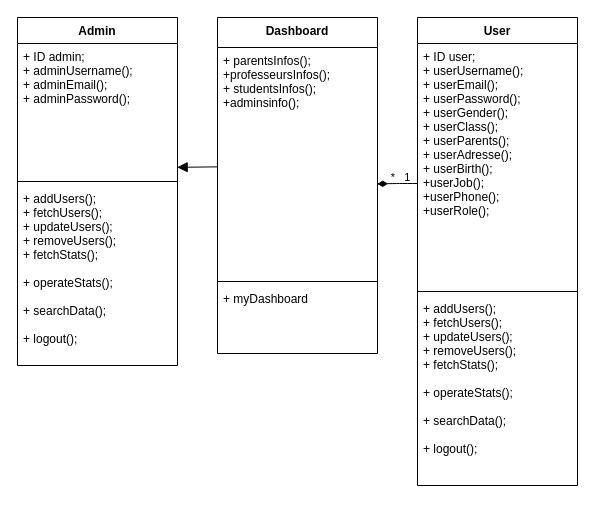
Before: Conceptions/UML/DiagramClass.drawio in JAMALEEY/Application-de-gestion-d-cole-BETA, a draw.io diagram. Source tidied: cells renumbered, new cells numbered last; positions are measured from the earlier drawing's top-left corner, leaving out a move shared by most shapes. Both pictures are drawn from the tidied source at 100%, with x=0, y=0 at pixel (17, 17).
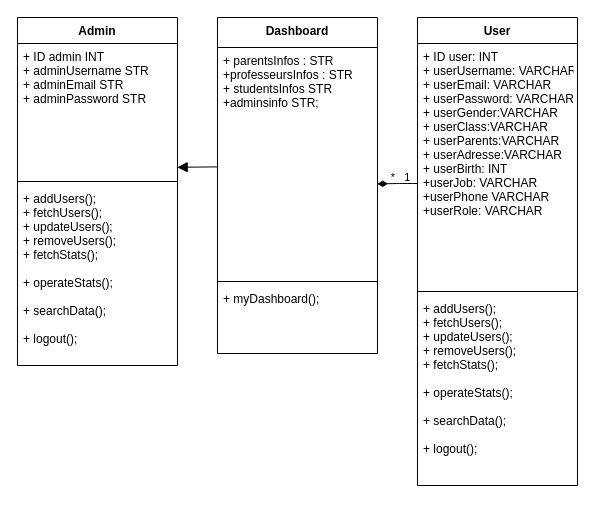
The same page after the edit.

The edit, as a diff of the source:
```diff
@@
 <mxGraphModel>
   <root>
     <mxCell id="0" />
     <mxCell id="1" parent="0" />
     <mxCell id="2" value="User" style="swimlane;fontStyle=1;align=center;verticalAlign=top;horizontal=1;startSize=26;" parent="1" vertex="1">
       <mxGeometry x="400" width="160" height="468" as="geometry" />
     </mxCell>
-    <mxCell id="3" value="+ ID user;&#10;+ userUsername();&#10;+ userEmail();&#10;+ userPassword();&#10;+ userGender();&#10;+ userClass();&#10;+ userParents();&#10;+ userAdresse();&#10;+ userBirth();&#10;+userJob();&#10;+userPhone();&#10;+userRole();&#10;&#10;&#10;&#10;" style="text;strokeColor=none;fillColor=none;align=left;verticalAlign=top;spacingLeft=4;spacingRight=4;overflow=hidden;" parent="2" vertex="1">
+    <mxCell id="3" value="+ ID user: INT&#10;+ userUsername: VARCHAR&#10;+ userEmail: VARCHAR&#10;+ userPassword: VARCHAR&#10;+ userGender:VARCHAR&#10;+ userClass:VARCHAR&#10;+ userParents:VARCHAR&#10;+ userAdresse:VARCHAR&#10;+ userBirth: INT&#10;+userJob: VARCHAR&#10;+userPhone VARCHAR&#10;+userRole: VARCHAR&#10;&#10;&#10;&#10;" style="text;strokeColor=none;fillColor=none;align=left;verticalAlign=top;spacingLeft=4;spacingRight=4;overflow=hidden;" parent="2" vertex="1">
       <mxGeometry y="26" width="160" height="244" as="geometry" />
     </mxCell>
     <mxCell id="4" style="line;strokeWidth=1;fillColor=none;align=left;verticalAlign=middle;spacingTop=-1;spacingLeft=3;spacingRight=3;labelPosition=right;" parent="2" vertex="1">
       <mxGeometry y="270" width="160" height="8" as="geometry" />
     </mxCell>
     <mxCell id="5" value="+ addUsers();&#10;+ fetchUsers();&#10;+ updateUsers();&#10;+ removeUsers();&#10;+ fetchStats();&#10;&#10;+ operateStats();&#10;&#10;+ searchData();&#10;&#10;+ logout();&#10;" style="text;strokeColor=none;fillColor=none;align=left;verticalAlign=top;spacingLeft=4;spacingRight=4;overflow=hidden;" parent="2" vertex="1">
       <mxGeometry y="278" width="160" height="190" as="geometry" />
     </mxCell>
     <mxCell id="6" value="Admin" style="swimlane;fontStyle=1;align=center;verticalAlign=top;horizontal=1;startSize=26;" parent="1" vertex="1">
       <mxGeometry width="160" height="348" as="geometry" />
     </mxCell>
-    <mxCell id="7" value="+ ID admin;&#10;+ adminUsername();&#10;+ adminEmail();&#10;+ adminPassword();&#10;&#10;" style="text;strokeColor=none;fillColor=none;align=left;verticalAlign=top;spacingLeft=4;spacingRight=4;overflow=hidden;points=[[0,0.5],[1,0.5]];portConstraint=eastwest;" parent="6" vertex="1">
+    <mxCell id="7" value="+ ID admin INT&#10;+ adminUsername STR&#10;+ adminEmail STR&#10;+ adminPassword STR&#10;&#10;" style="text;strokeColor=none;fillColor=none;align=left;verticalAlign=top;spacingLeft=4;spacingRight=4;overflow=hidden;points=[[0,0.5],[1,0.5]];portConstraint=eastwest;" parent="6" vertex="1">
       <mxGeometry y="26" width="160" height="134" as="geometry" />
     </mxCell>
     <mxCell id="8" style="line;strokeWidth=1;fillColor=none;align=left;verticalAlign=middle;spacingTop=-1;spacingLeft=3;spacingRight=3;labelPosition=right;" parent="6" vertex="1">
       <mxGeometry y="160" width="160" height="8" as="geometry" />
     </mxCell>
     <mxCell id="9" value="+ addUsers();&#10;+ fetchUsers();&#10;+ updateUsers();&#10;+ removeUsers();&#10;+ fetchStats();&#10;&#10;+ operateStats();&#10;&#10;+ searchData();&#10;&#10;+ logout();&#10;" style="text;strokeColor=none;fillColor=none;align=left;verticalAlign=top;spacingLeft=4;spacingRight=4;overflow=hidden;" parent="6" vertex="1">
       <mxGeometry y="168" width="160" height="180" as="geometry" />
     </mxCell>
     <mxCell id="10" value="Dashboard" style="swimlane;fontStyle=1;align=center;verticalAlign=top;horizontal=1;startSize=30;" parent="1" vertex="1">
       <mxGeometry x="200" width="160" height="336" as="geometry" />
     </mxCell>
-    <mxCell id="11" value="+ parentsInfos();&#10;+professeursInfos();&#10;+ studentsInfos();&#10;+adminsinfo();&#10;" style="text;strokeColor=none;fillColor=none;align=left;verticalAlign=top;spacingLeft=4;spacingRight=4;overflow=hidden;points=[[0,0.5],[1,0.5]];portConstraint=eastwest;" parent="10" vertex="1">
+    <mxCell id="11" value="+ parentsInfos : STR&#10;+professeursInfos : STR&#10;+ studentsInfos STR&#10;+adminsinfo STR;&#10;" style="text;strokeColor=none;fillColor=none;align=left;verticalAlign=top;spacingLeft=4;spacingRight=4;overflow=hidden;points=[[0,0.5],[1,0.5]];portConstraint=eastwest;" parent="10" vertex="1">
       <mxGeometry y="30" width="160" height="230" as="geometry" />
     </mxCell>
     <mxCell id="12" style="line;strokeWidth=1;fillColor=none;align=left;verticalAlign=middle;spacingTop=-1;spacingLeft=3;spacingRight=3;labelPosition=right;" parent="10" vertex="1">
       <mxGeometry y="260" width="160" height="8" as="geometry" />
     </mxCell>
-    <mxCell id="13" value="+ myDashboard" style="text;strokeColor=none;fillColor=none;align=left;verticalAlign=top;spacingLeft=4;spacingRight=4;overflow=hidden;" parent="10" vertex="1">
+    <mxCell id="13" value="+ myDashboard();" style="text;strokeColor=none;fillColor=none;align=left;verticalAlign=top;spacingLeft=4;spacingRight=4;overflow=hidden;" parent="10" vertex="1">
       <mxGeometry y="268" width="160" height="68" as="geometry" />
     </mxCell>
     <mxCell id="14" style="endArrow=block;startArrow=none;endFill=1;startFill=0;endSize=8;html=1;labelBackgroundColor=none;exitX=0;exitY=0.519;exitDx=0;exitDy=0;entryX=0.998;entryY=0.924;entryDx=0;entryDy=0;entryPerimeter=0;exitPerimeter=0;" parent="1" edge="1" source="11" target="7">
       <mxGeometry relative="1" as="geometry" />
     </mxCell>
     <mxCell id="15" value="&amp;nbsp; *&amp;nbsp; &amp;nbsp;1" style="endArrow=diamondThin;startArrow=none;endFill=1;startFill=0;endSize=8;html=1;labelBackgroundColor=none;exitX=0;exitY=0.519;exitDx=0;exitDy=0;entryX=0.998;entryY=0.924;entryDx=0;entryDy=0;entryPerimeter=0;exitPerimeter=0;" parent="1" edge="1">
       <mxGeometry x="0.01" y="-6" relative="1" as="geometry">
         <mxPoint x="400" y="166" as="sourcePoint" />
         <mxPoint x="359.7" y="166.4" as="targetPoint" />
         <Array as="points">
           <mxPoint x="389.7" y="166" />
           <mxPoint x="379.7" y="166" />
         </Array>
       </mxGeometry>
     </mxCell>
   </root>
 </mxGraphModel>
```
